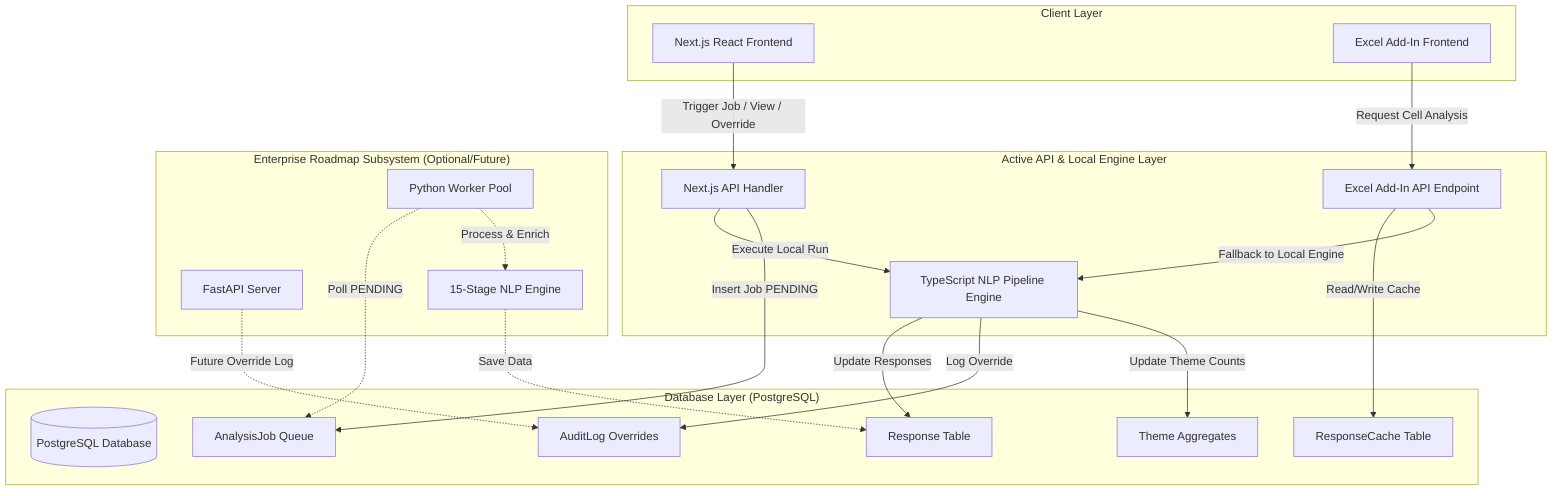
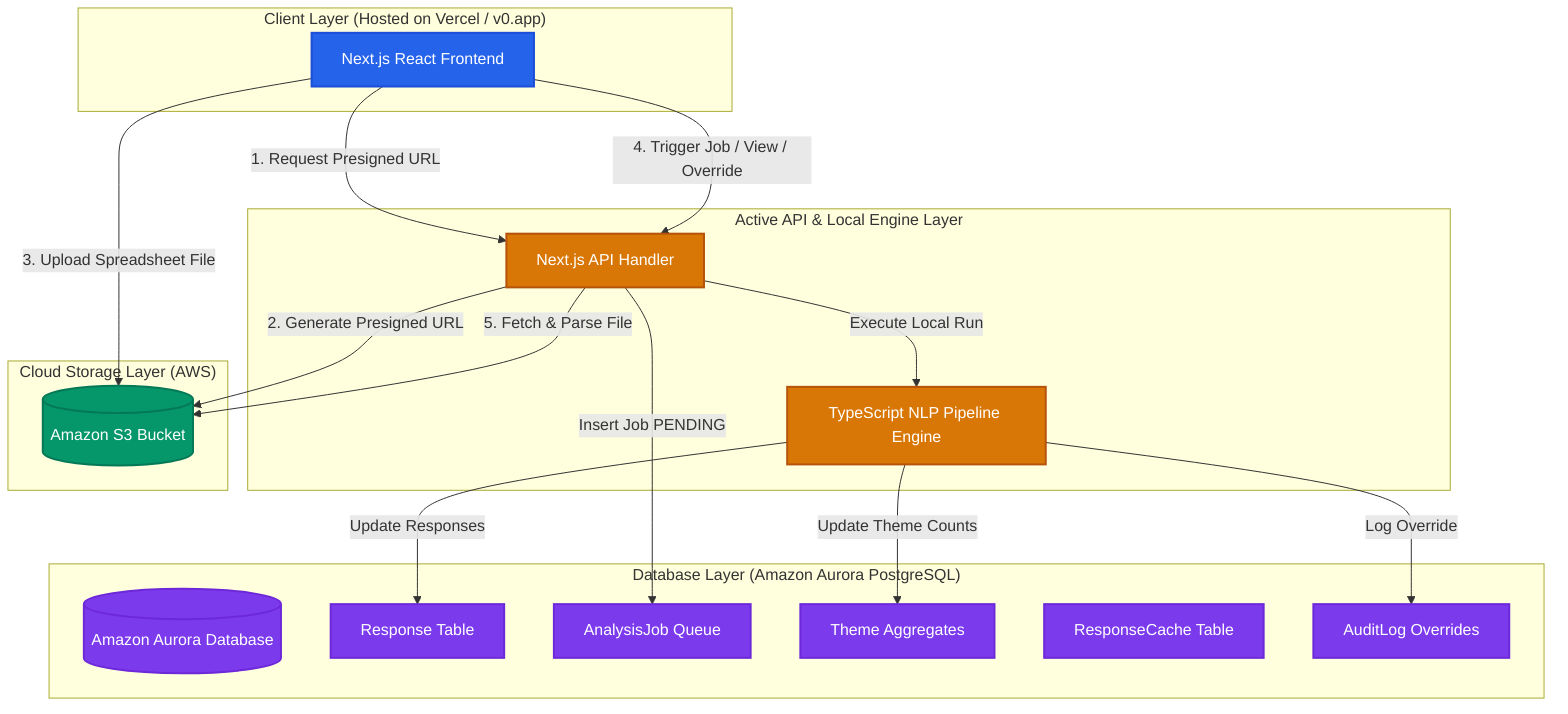
graph TD
-     subgraph ClientLayer ["Client Layer"]
+     subgraph ClientLayer ["Client Layer (Hosted on Vercel / v0.app)"]
        WebUI[Next.js React Frontend]
-         ExcelUI[Excel Add-In Frontend]
    end

    subgraph APILayer ["Active API & Local Engine Layer"]
        NextAPI[Next.js API Handler]
-         ExcelAPI[Excel Add-In API Endpoint]
        JSPipeline[TypeScript NLP Pipeline Engine]
    end

-     subgraph DBLayer ["Database Layer (PostgreSQL)"]
-         Postgres[(PostgreSQL Database)]
+     subgraph StorageLayer ["Cloud Storage Layer (AWS)"]
+         S3Bucket[(Amazon S3 Bucket)]
+     end
+ 
+     subgraph DBLayer ["Database Layer (Amazon Aurora PostgreSQL)"]
+         Postgres[(Amazon Aurora Database)]
        ResponseTable[Response Table]
        JobTable[AnalysisJob Queue]
        ThemeTable[Theme Aggregates]
        CacheTable[ResponseCache Table]
        AuditTable[AuditLog Overrides]
    end

-     subgraph EnterpriseRoadmap ["Enterprise Roadmap Subsystem (Optional/Future)"]
-         FastAPI[FastAPI Server]
-         WorkerPool[Python Worker Pool]
-         PipelineEngine[15-Stage NLP Engine]
-     end
- 
-     %% Active Next.js flow
-     WebUI -->|Trigger Job / View / Override| NextAPI
-     ExcelUI -->|Request Cell Analysis| ExcelAPI
+     %% Active Next.js & Upload flow
+     WebUI -->|1. Request Presigned URL| NextAPI
+     NextAPI -->|2. Generate Presigned URL| S3Bucket
+     WebUI -->|3. Upload Spreadsheet File| S3Bucket
+     WebUI -->|4. Trigger Job / View / Override| NextAPI
+     NextAPI -->|5. Fetch & Parse File| S3Bucket

    NextAPI -->|Execute Local Run| JSPipeline
    NextAPI -->|Insert Job PENDING| JobTable
-     ExcelAPI -->|Read/Write Cache| CacheTable
-     ExcelAPI -->|Fallback to Local Engine| JSPipeline

    JSPipeline -->|Update Responses| ResponseTable
    JSPipeline -->|Log Override| AuditTable
    JSPipeline -->|Update Theme Counts| ThemeTable

-     %% Future Enterprise flow
-     WorkerPool -.->|Poll PENDING| JobTable
-     WorkerPool -.->|Process & Enrich| PipelineEngine
-     PipelineEngine -.->|Save Data| ResponseTable
-     FastAPI -.->|Future Override Log| AuditTable
+     %% Color Coding Styles
+     classDef client fill:#2563eb,stroke:#1d4ed8,stroke-width:2px,color:#fff;
+     classDef api fill:#d97706,stroke:#b45309,stroke-width:2px,color:#fff;
+     classDef storage fill:#059669,stroke:#047857,stroke-width:2px,color:#fff;
+     classDef db fill:#7c3aed,stroke:#6d28d9,stroke-width:2px,color:#fff;
+ 
+     class WebUI client;
+     class NextAPI,JSPipeline api;
+     class S3Bucket storage;
+     class Postgres,ResponseTable,JobTable,ThemeTable,CacheTable,AuditTable db;
